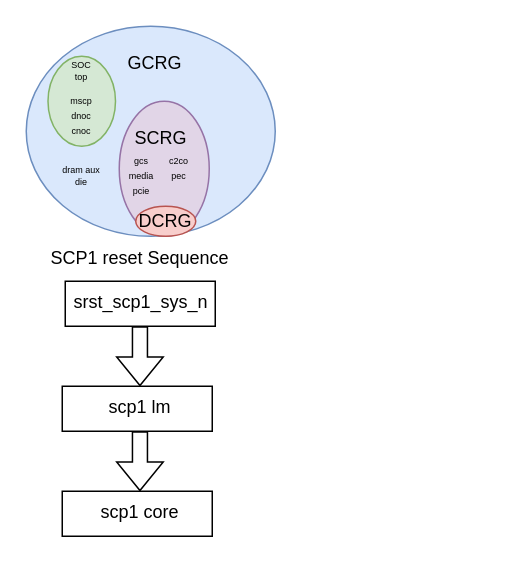
This is CRG.drawio from adrain-yu/StudyNotes, a draw.io file, before an edit. Source tidied: cells renumbered, new cells numbered last; positions are measured from the earlier drawing's top-left corner, leaving out a move shared by most shapes. Both pictures are drawn from the tidied source at 150%, with x=0, y=0 at pixel (26, 26).
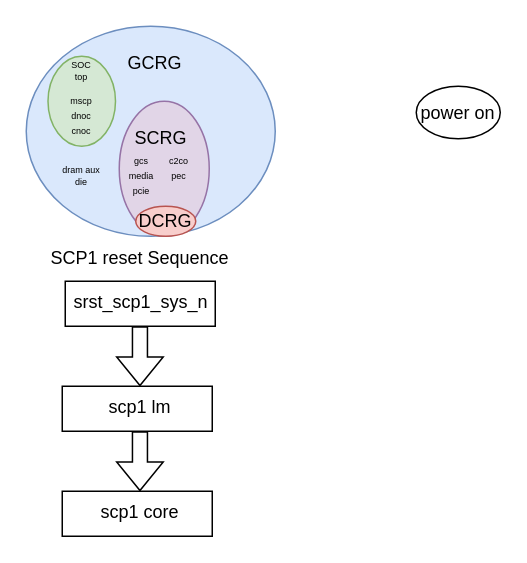
The same diagram, later.

What changed in the source:
```diff
@@
+    <mxCell id="29" value="power on" style="ellipse;whiteSpace=wrap;html=1;" parent="1" vertex="1">
+      <mxGeometry x="260" y="40" width="56" height="35" as="geometry" />
+    </mxCell>
```
